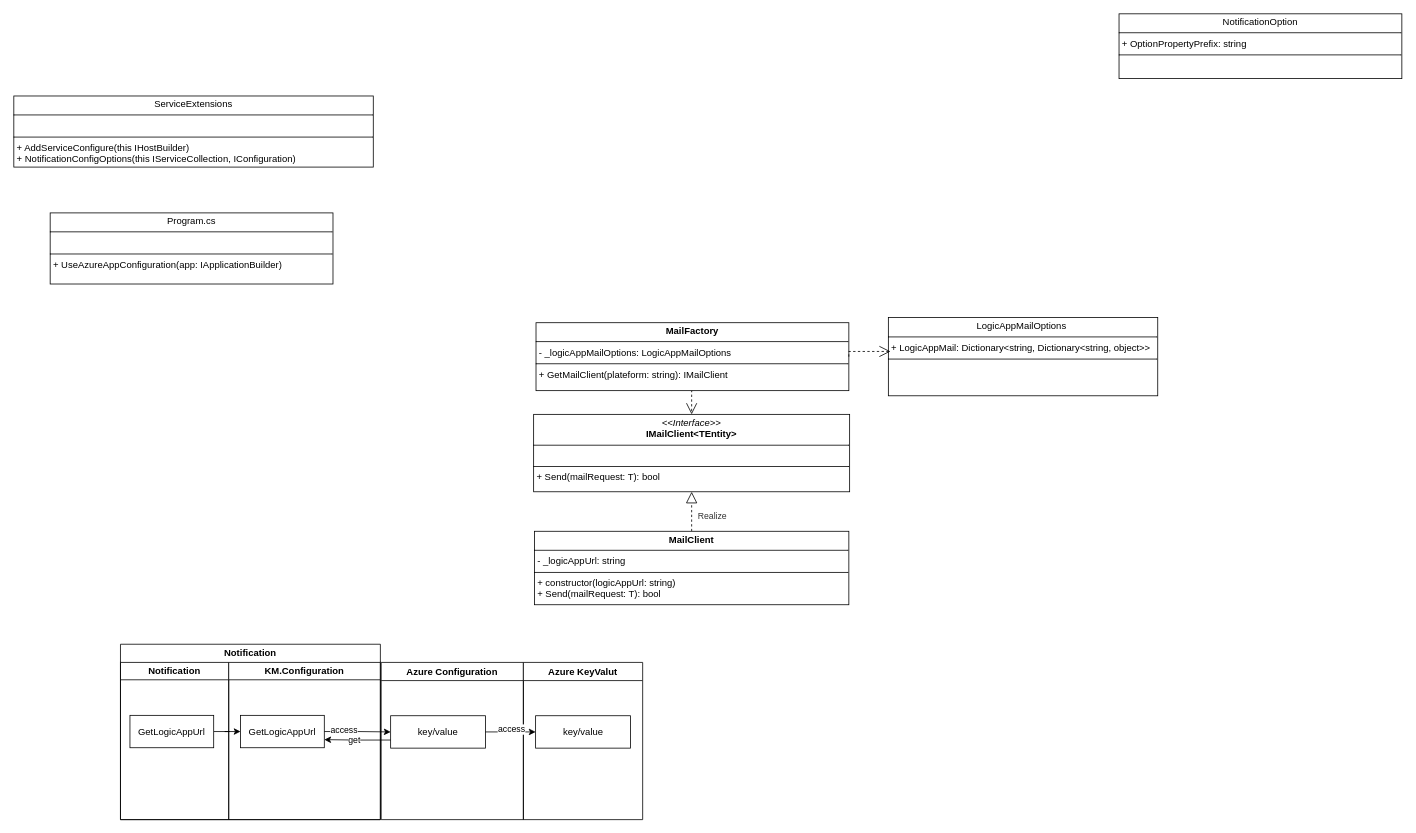
The draw.io diagram page "Page-13" (13 of 14) of 2.drawio in hy986/Repo_0110, before the edit. Source tidied: cells renumbered, new cells numbered last; positions are measured from the earlier drawing's top-left corner, leaving out a move shared by most shapes. Both pictures are drawn from the tidied source at 79%, with x=0, y=0 at pixel (13, 13).
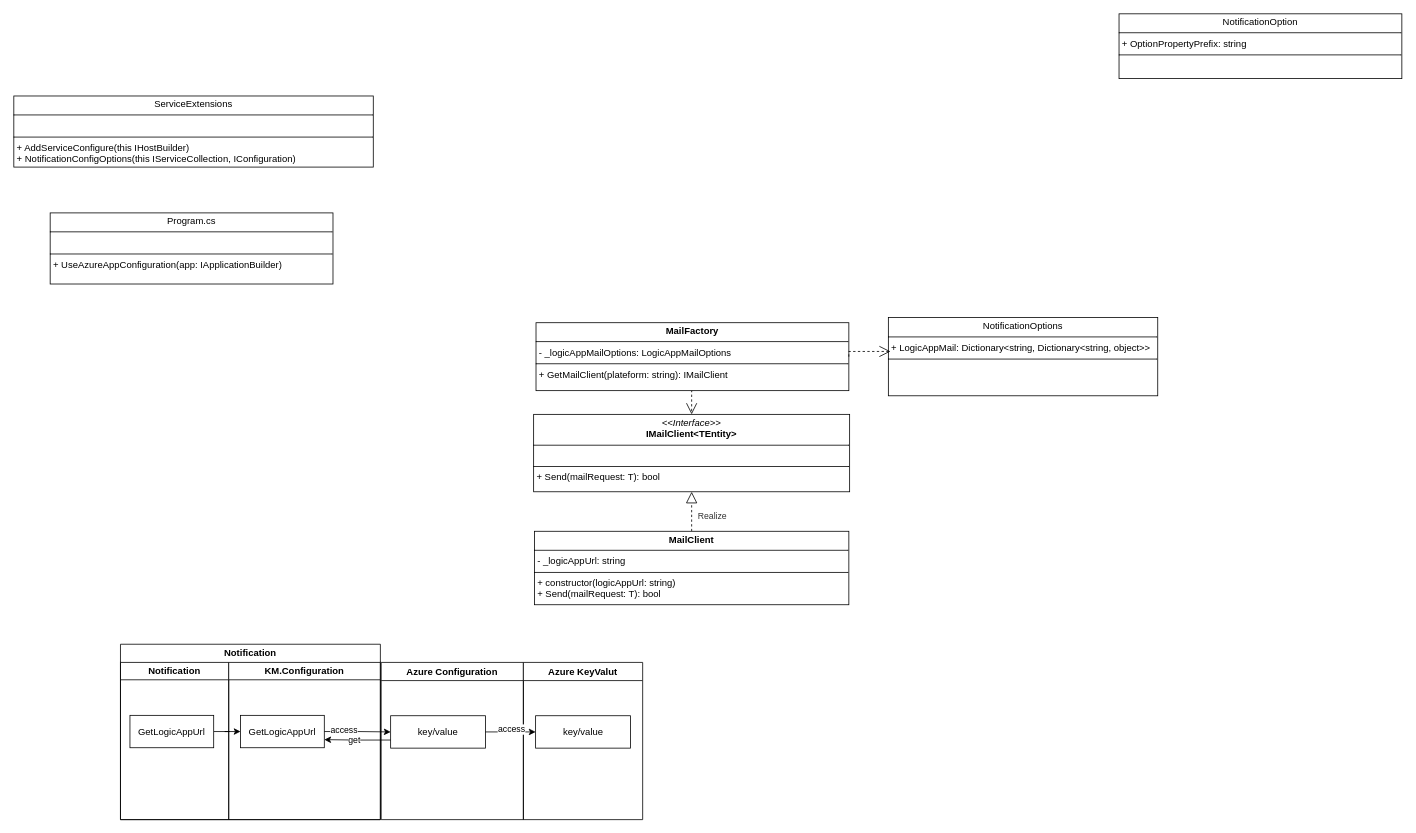
After the change.

The edit, as a diff of the source:
```diff
@@
-    <mxCell id="26" value="&lt;p style=&quot;margin:0px;margin-top:4px;text-align:center;&quot;&gt;LogicAppMailOptions&amp;nbsp;&lt;/p&gt;&lt;hr size=&quot;1&quot; style=&quot;border-style:solid;&quot;&gt;&lt;p style=&quot;margin:0px;margin-left:4px;&quot;&gt;&lt;span style=&quot;background-color: initial;&quot;&gt;+ LogicAppMail: Dictionary&amp;lt;string, Dictionary&amp;lt;string, object&amp;gt;&amp;gt;&lt;/span&gt;&lt;/p&gt;&lt;hr size=&quot;1&quot; style=&quot;border-style:solid;&quot;&gt;&lt;p style=&quot;margin:0px;margin-left:4px;&quot;&gt;&lt;br&gt;&lt;/p&gt;" style="verticalAlign=top;align=left;overflow=fill;html=1;whiteSpace=wrap;" parent="1" vertex="1">
+    <mxCell id="26" value="&lt;p style=&quot;margin:0px;margin-top:4px;text-align:center;&quot;&gt;NotificationOptions&lt;/p&gt;&lt;hr size=&quot;1&quot; style=&quot;border-style:solid;&quot;&gt;&lt;p style=&quot;margin:0px;margin-left:4px;&quot;&gt;&lt;span style=&quot;background-color: initial;&quot;&gt;+ LogicAppMail: Dictionary&amp;lt;string, Dictionary&amp;lt;string, object&amp;gt;&amp;gt;&lt;/span&gt;&lt;/p&gt;&lt;hr size=&quot;1&quot; style=&quot;border-style:solid;&quot;&gt;&lt;p style=&quot;margin:0px;margin-left:4px;&quot;&gt;&lt;br&gt;&lt;/p&gt;" style="verticalAlign=top;align=left;overflow=fill;html=1;whiteSpace=wrap;" parent="1" vertex="1">
       <mxGeometry x="1107" y="384.5" width="341" height="99" as="geometry" />
     </mxCell>
```
